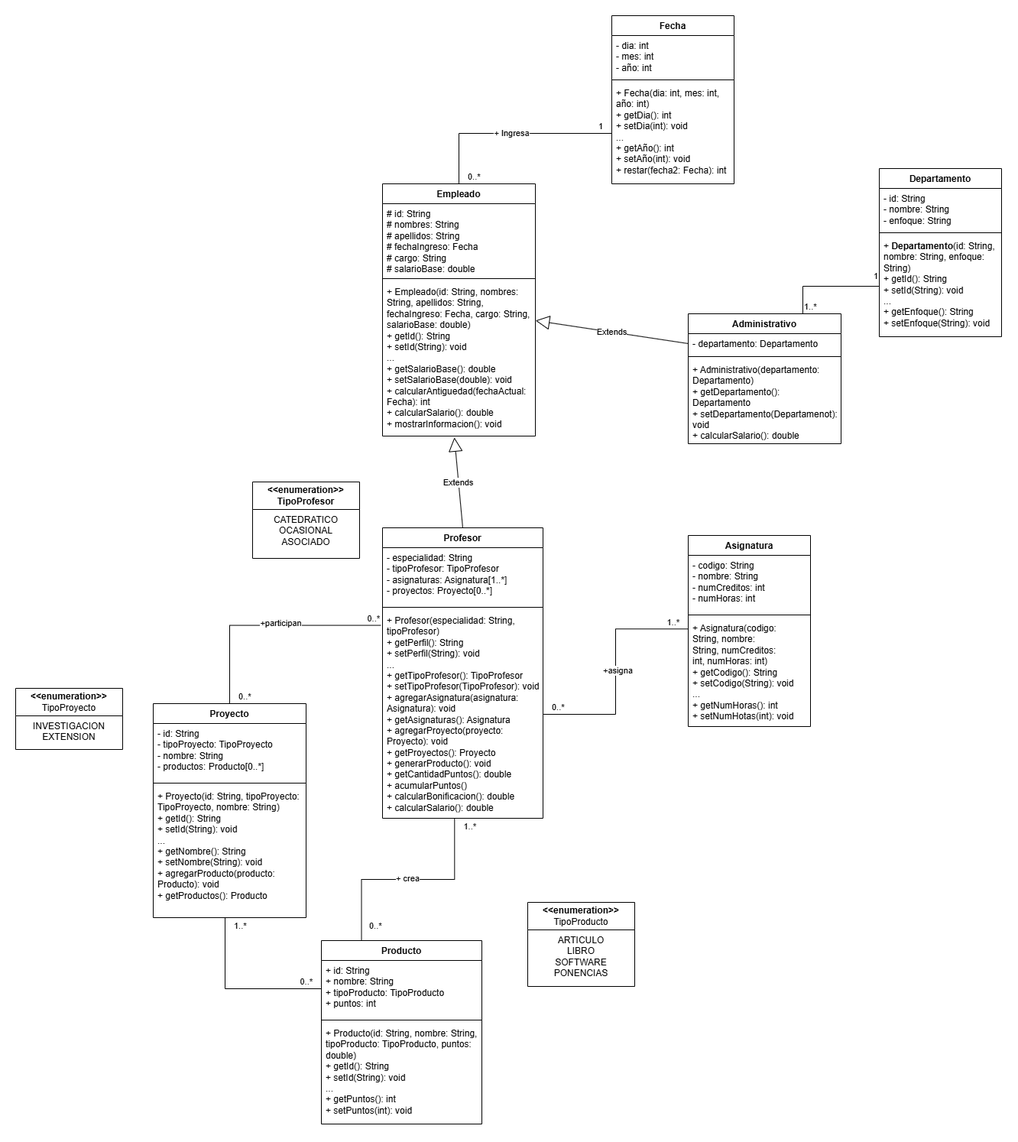
This is SistemaNominaAcademico/SistemaNominaAcademico.png from DiegoRodriguezUFPS/POO-1-B, a draw.io export, as it was before one commit. Source tidied: cells renumbered, new cells last; positions are measured from the earlier drawing's top-left corner, leaving out a move shared by most shapes.
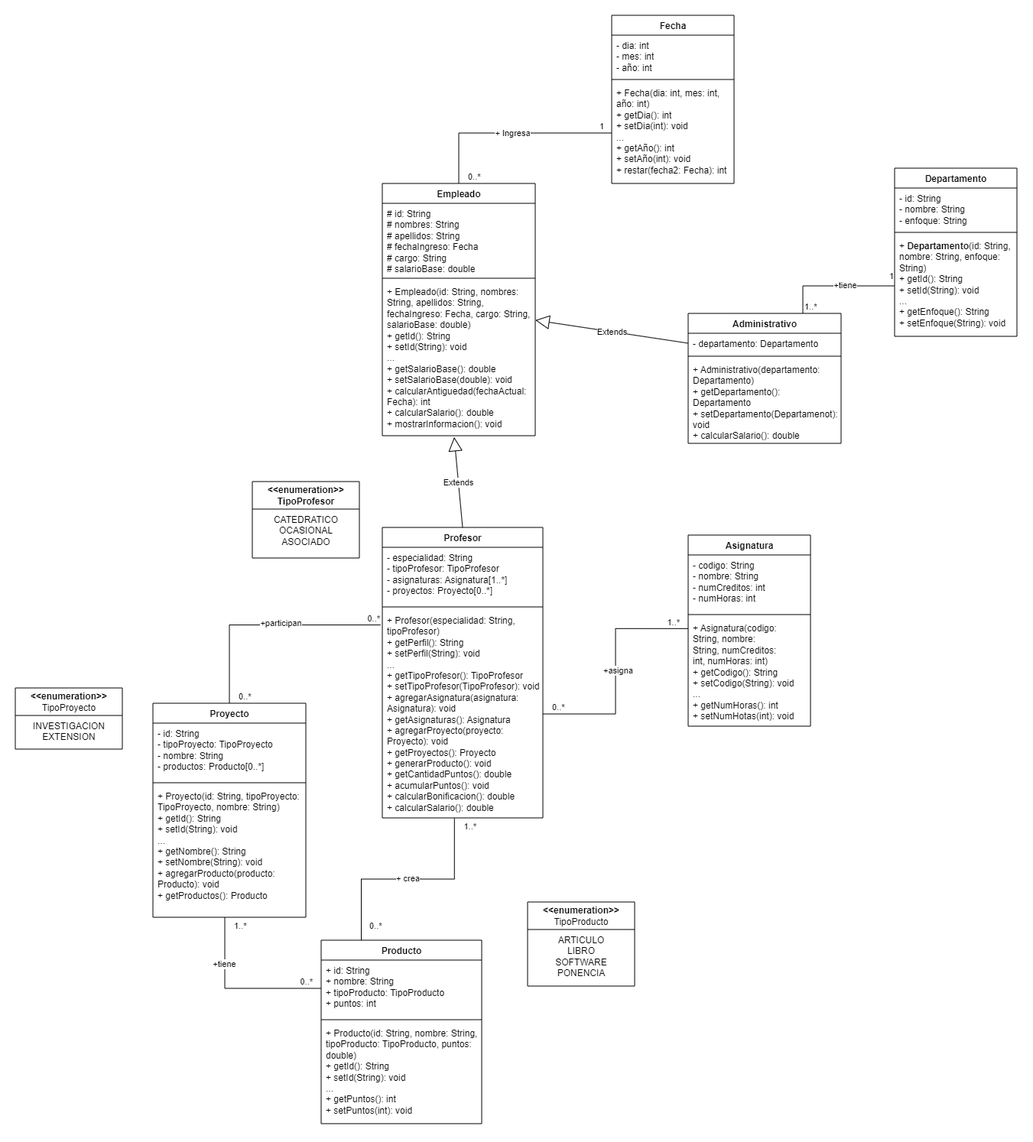
After the commit.

What changed in the source:
```diff
@@ -23,7 +23,7 @@
     <mxCell id="8" style="line;strokeWidth=1;fillColor=none;align=left;verticalAlign=middle;spacingTop=-1;spacingLeft=3;spacingRight=3;labelPosition=right;strokeColor=inherit;" parent="6" vertex="1">
       <mxGeometry y="100" width="210" height="8" as="geometry" />
     </mxCell>
-    <mxCell id="9" value="+ Profesor(especialidad: String, tipoProfesor)&lt;div&gt;+ getPerfil(): String&lt;/div&gt;&lt;div&gt;+ setPerfil(String): void&lt;/div&gt;&lt;div&gt;...&lt;/div&gt;&lt;div&gt;+ getTipoProfesor():&amp;nbsp;&lt;span style=&quot;background-color: transparent; color: light-dark(rgb(0, 0, 0), rgb(255, 255, 255));&quot;&gt;TipoProfesor&lt;/span&gt;&lt;/div&gt;&lt;div&gt;+ setTipoProfesor(TipoProfesor): void&lt;/div&gt;&lt;div&gt;+ agregarAsignatura(asignatura: Asignatura): void&lt;/div&gt;&lt;div&gt;+ getAsignaturas(): Asignatura&lt;/div&gt;&lt;div&gt;+ agregarProyecto(proyecto: Proyecto): void&lt;/div&gt;&lt;div&gt;+ getProyectos(): Proyecto&lt;/div&gt;&lt;div&gt;+ generarProducto(): void&lt;/div&gt;&lt;div&gt;+ getCantidadPuntos(): double&lt;/div&gt;&lt;div&gt;+ acumularPuntos()&lt;/div&gt;&lt;div&gt;+ calcularBonificacion(): double&lt;/div&gt;&lt;div&gt;+ calcularSalario(): double&lt;/div&gt;&lt;div&gt;&lt;br&gt;&lt;/div&gt;" style="text;strokeColor=none;fillColor=none;align=left;verticalAlign=top;spacingLeft=4;spacingRight=4;overflow=hidden;points=[[0,0.5],[1,0.5]];portConstraint=eastwest;whiteSpace=wrap;html=1;" parent="6" vertex="1">
+    <mxCell id="9" value="+ Profesor(especialidad: String, tipoProfesor)&lt;div&gt;+ getPerfil(): String&lt;/div&gt;&lt;div&gt;+ setPerfil(String): void&lt;/div&gt;&lt;div&gt;...&lt;/div&gt;&lt;div&gt;+ getTipoProfesor():&amp;nbsp;&lt;span style=&quot;background-color: transparent; color: light-dark(rgb(0, 0, 0), rgb(255, 255, 255));&quot;&gt;TipoProfesor&lt;/span&gt;&lt;/div&gt;&lt;div&gt;+ setTipoProfesor(TipoProfesor): void&lt;/div&gt;&lt;div&gt;+ agregarAsignatura(asignatura: Asignatura): void&lt;/div&gt;&lt;div&gt;+ getAsignaturas(): Asignatura&lt;/div&gt;&lt;div&gt;+ agregarProyecto(proyecto: Proyecto): void&lt;/div&gt;&lt;div&gt;+ getProyectos(): Proyecto&lt;/div&gt;&lt;div&gt;+ generarProducto(): void&lt;/div&gt;&lt;div&gt;+ getCantidadPuntos(): double&lt;/div&gt;&lt;div&gt;+ acumularPuntos(): void&lt;/div&gt;&lt;div&gt;+ calcularBonificacion(): double&lt;/div&gt;&lt;div&gt;+ calcularSalario(): double&lt;/div&gt;&lt;div&gt;&lt;br&gt;&lt;/div&gt;" style="text;strokeColor=none;fillColor=none;align=left;verticalAlign=top;spacingLeft=4;spacingRight=4;overflow=hidden;points=[[0,0.5],[1,0.5]];portConstraint=eastwest;whiteSpace=wrap;html=1;" parent="6" vertex="1">
       <mxGeometry y="108" width="210" height="272" as="geometry" />
     </mxCell>
     <mxCell id="10" value="Fecha" style="swimlane;fontStyle=1;align=center;verticalAlign=top;horizontal=1;startSize=26;whiteSpace=wrap;html=1;" parent="1" vertex="1">
@@ -107,7 +107,7 @@
       <mxGeometry relative="1" as="geometry" />
     </mxCell>
     <mxCell id="34" value="Departamento" style="swimlane;fontStyle=1;align=center;verticalAlign=top;horizontal=1;startSize=26;whiteSpace=wrap;html=1;" parent="1" vertex="1">
-      <mxGeometry x="1130" y="200" width="160" height="220" as="geometry" />
+      <mxGeometry x="1150" y="200" width="160" height="220" as="geometry" />
     </mxCell>
     <mxCell id="35" value="- id: String&lt;div&gt;- nombre: String&lt;/div&gt;&lt;div&gt;- enfoque: String&lt;/div&gt;" style="text;strokeColor=none;fillColor=none;align=left;verticalAlign=top;spacingLeft=4;spacingRight=4;overflow=hidden;whiteSpace=wrap;html=1;" parent="34" vertex="1">
       <mxGeometry y="26" width="160" height="54" as="geometry" />
@@ -129,6 +129,9 @@
         <mxPoint y="-4" as="offset" />
       </mxGeometry>
     </mxCell>
+    <mxCell id="64" value="+tiene" style="edgeLabel;html=1;align=center;verticalAlign=middle;" parent="38" vertex="1">
+      <mxGeometry x="0.17" y="1" relative="1" as="geometry" />
+    </mxCell>
     <mxCell id="41" value="Proyecto" style="swimlane;fontStyle=1;align=center;verticalAlign=top;horizontal=1;startSize=26;whiteSpace=wrap;html=1;" parent="1" vertex="1">
       <mxGeometry x="180" y="900" width="200" height="280" as="geometry" />
     </mxCell>
@@ -180,6 +183,9 @@
         <mxPoint x="-10" as="offset" />
       </mxGeometry>
     </mxCell>
+    <mxCell id="65" value="+tiene" style="edgeLabel;html=1;align=center;verticalAlign=middle;" parent="53" vertex="1">
+      <mxGeometry x="-0.45" y="-1" relative="1" as="geometry" />
+    </mxCell>
     <mxCell id="56" value="&lt;span style=&quot;font-weight: 700;&quot;&gt;&amp;lt;&amp;lt;enumeration&amp;gt;&amp;gt;&lt;/span&gt;&lt;div style=&quot;font-weight: 700;&quot;&gt;&lt;span style=&quot;font-weight: 400; text-align: left;&quot;&gt;TipoProyecto&lt;/span&gt;&lt;/div&gt;" style="swimlane;fontStyle=0;horizontal=1;startSize=36;fillColor=none;whiteSpace=wrap;html=1;" parent="1" vertex="1">
       <mxGeometry y="880" width="140" height="80" as="geometry" />
     </mxCell>
@@ -189,7 +195,7 @@
     <mxCell id="58" value="&lt;span style=&quot;font-weight: 700;&quot;&gt;&amp;lt;&amp;lt;enumeration&amp;gt;&amp;gt;&lt;/span&gt;&lt;div style=&quot;font-weight: 700;&quot;&gt;&lt;span style=&quot;font-weight: 400; text-align: left;&quot;&gt;TipoProducto&lt;/span&gt;&lt;/div&gt;" style="swimlane;fontStyle=0;horizontal=1;startSize=36;fillColor=none;whiteSpace=wrap;html=1;" parent="1" vertex="1">
       <mxGeometry x="670" y="1160" width="140" height="110" as="geometry" />
     </mxCell>
-    <mxCell id="59" value="&lt;div&gt;ARTICULO&lt;/div&gt;&lt;div&gt;LIBRO&lt;/div&gt;&lt;div&gt;SOFTWARE&lt;/div&gt;&lt;div&gt;PONENCIAS&lt;/div&gt;" style="text;strokeColor=none;fillColor=none;align=center;verticalAlign=top;spacingLeft=4;spacingRight=4;overflow=hidden;whiteSpace=wrap;html=1;" parent="58" vertex="1">
+    <mxCell id="59" value="&lt;div&gt;ARTICULO&lt;/div&gt;&lt;div&gt;LIBRO&lt;/div&gt;&lt;div&gt;SOFTWARE&lt;/div&gt;&lt;div&gt;PONENCIA&lt;/div&gt;&lt;div&gt;&lt;br&gt;&lt;/div&gt;" style="text;strokeColor=none;fillColor=none;align=center;verticalAlign=top;spacingLeft=4;spacingRight=4;overflow=hidden;whiteSpace=wrap;html=1;" parent="58" vertex="1">
       <mxGeometry y="36" width="140" height="74" as="geometry" />
     </mxCell>
     <mxCell id="60" style="endArrow=none;html=1;edgeStyle=orthogonalEdgeStyle;rounded=0;exitX=0.25;exitY=0;exitDx=0;exitDy=0;entryX=0.449;entryY=1.002;entryDx=0;entryDy=0;entryPerimeter=0;" parent="1" edge="1" source="49" target="9">
```
